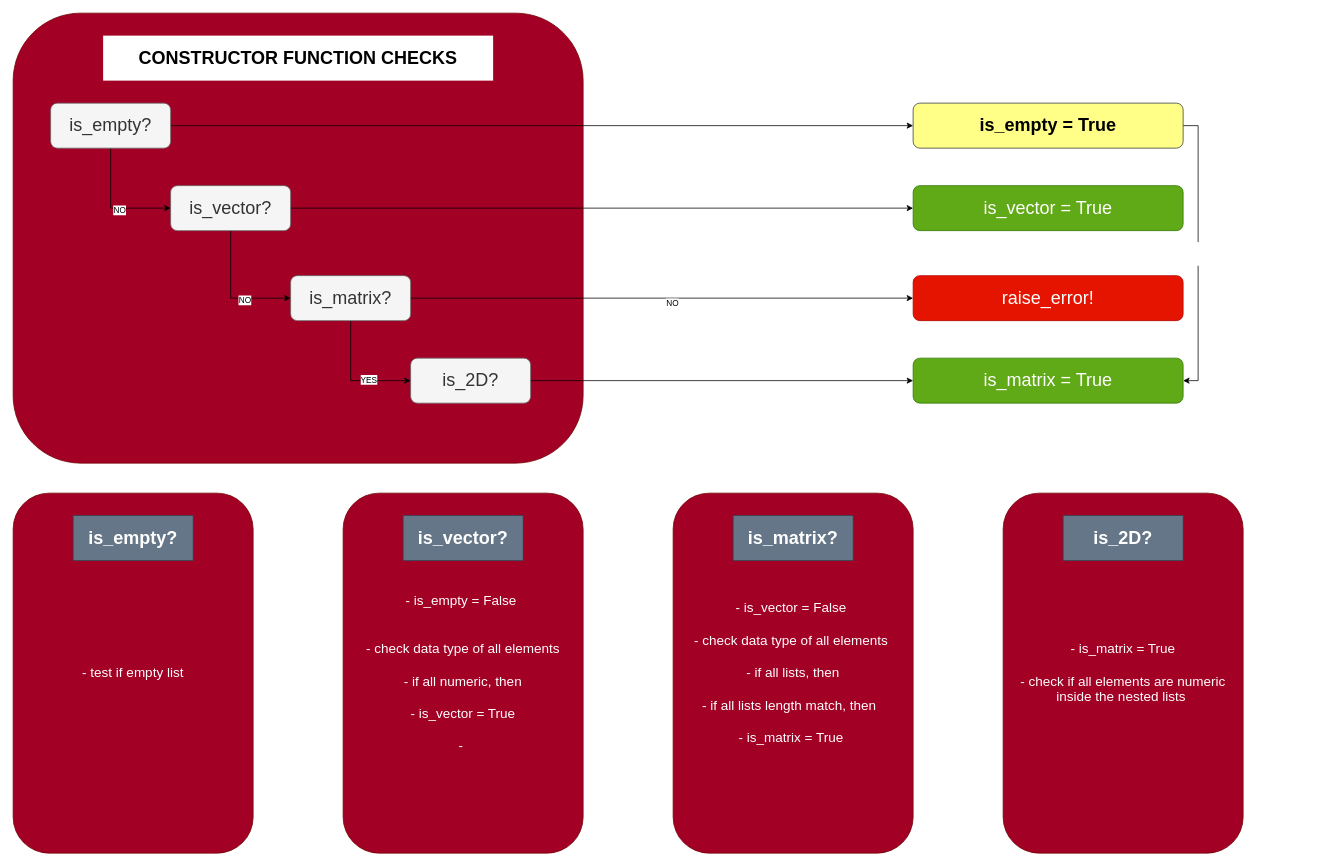
Before: page "CONSTRUCTOR" (1 of 4) of la-lib.drawio in raghavendra-musubi/linear_algebra, a draw.io diagram. Source tidied: cells renumbered, new cells numbered last; positions are measured from the earlier drawing's top-left corner, leaving out a move shared by most shapes. Both pictures are drawn from the tidied source at 75%, with x=0, y=0 at pixel (13, 13).
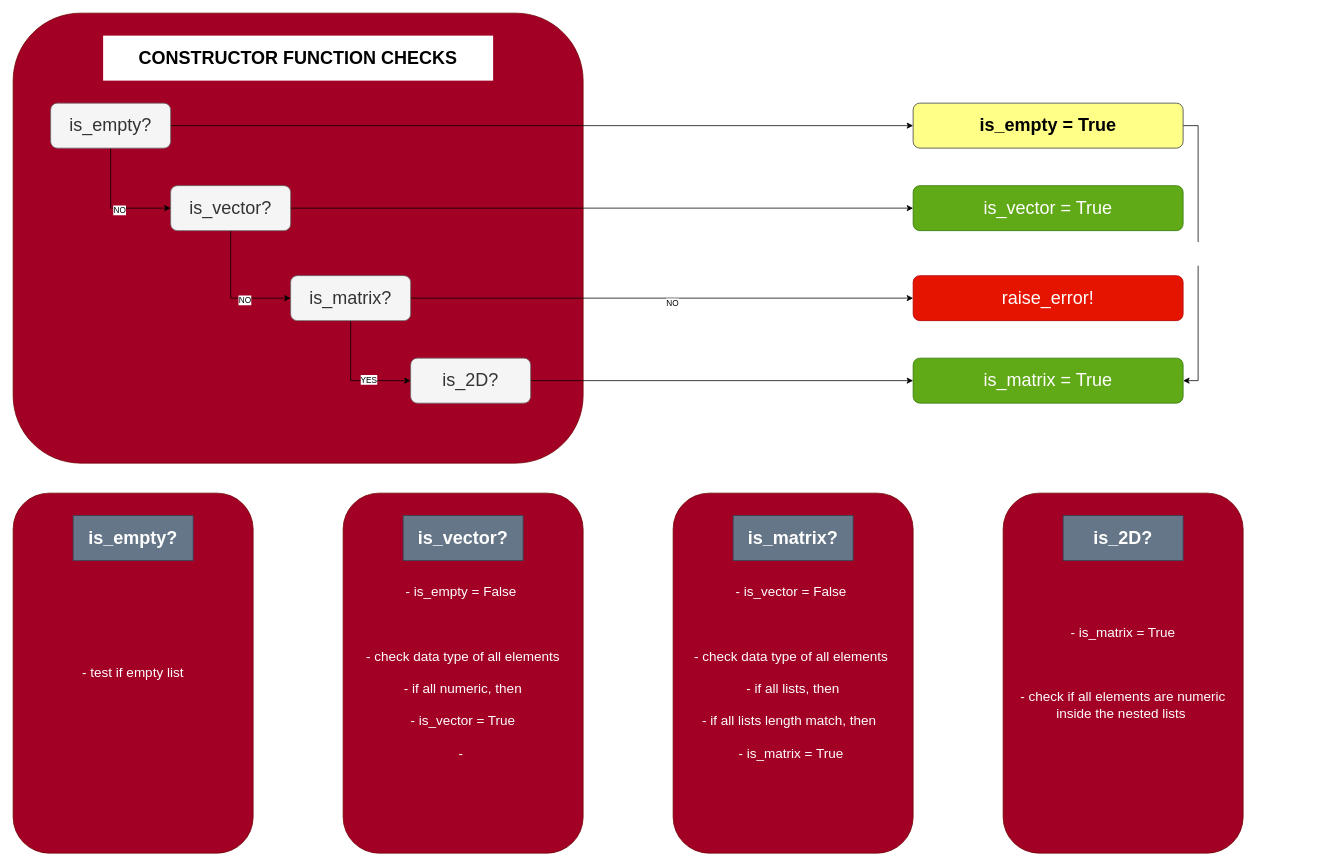
The same page after the edit.

The change refers to these unchanged cells:
```xml
<mxCell id="20" style="group;" parent="1" vertex="1">
  <mxGeometry x="440" y="640" width="320" height="480" as="geometry" />
</mxCell>
<mxCell id="23" style="group;" parent="1" vertex="1">
  <mxGeometry x="880" y="640" width="320" height="480" as="geometry" />
</mxCell>
<mxCell id="28" style="group;" parent="1" vertex="1">
  <mxGeometry x="1320" y="640" width="320" height="480" as="geometry" />
</mxCell>
```

What changed in the source:
```diff
@@
-    <mxCell id="21" value="&lt;font style=&quot;font-size: 18px&quot;&gt;- is_empty = False&amp;nbsp;&lt;br&gt;&lt;br&gt;&lt;br&gt;- check data type of all elements&lt;br&gt;&lt;br&gt;- if all numeric, then&lt;br&gt;&lt;br&gt;- is_vector = True&lt;br&gt;&lt;br&gt;-&amp;nbsp;&lt;br&gt;&lt;/font&gt;" style="rounded=1;whiteSpace=wrap;html=1;fillColor=#a20025;strokeColor=#6F0000;fontColor=#ffffff;" parent="20" vertex="1">
+    <mxCell id="21" value="&lt;font style=&quot;font-size: 18px&quot;&gt;- is_empty = False&amp;nbsp;&lt;br&gt;&lt;br&gt;&lt;br&gt;&lt;br&gt;- check data type of all elements&lt;br&gt;&lt;br&gt;- if all numeric, then&lt;br&gt;&lt;br&gt;- is_vector = True&lt;br&gt;&lt;br&gt;-&amp;nbsp;&lt;br&gt;&lt;/font&gt;" style="rounded=1;whiteSpace=wrap;html=1;fillColor=#a20025;strokeColor=#6F0000;fontColor=#ffffff;" parent="20" vertex="1">
       <mxGeometry width="320" height="480" as="geometry" />
     </mxCell>
@@
-    <mxCell id="24" value="&lt;span style=&quot;font-size: 18px&quot;&gt;- is_vector = False&amp;nbsp;&lt;br&gt;&lt;br&gt;- check data type of all elements&amp;nbsp;&lt;br&gt;&lt;br&gt;- if all lists, then&lt;br&gt;&lt;br&gt;- if all lists length match, then&amp;nbsp;&amp;nbsp;&lt;br&gt;&lt;br&gt;- is_matrix = True&amp;nbsp;&lt;br&gt;&lt;/span&gt;" style="rounded=1;whiteSpace=wrap;html=1;fillColor=#a20025;strokeColor=#6F0000;fontColor=#ffffff;" parent="23" vertex="1">
+    <mxCell id="24" value="&lt;span style=&quot;font-size: 18px&quot;&gt;- is_vector = False&amp;nbsp;&lt;br&gt;&lt;br&gt;&lt;br&gt;&lt;br&gt;- check data type of all elements&amp;nbsp;&lt;br&gt;&lt;br&gt;- if all lists, then&lt;br&gt;&lt;br&gt;- if all lists length match, then&amp;nbsp;&amp;nbsp;&lt;br&gt;&lt;br&gt;- is_matrix = True&amp;nbsp;&lt;br&gt;&lt;/span&gt;" style="rounded=1;whiteSpace=wrap;html=1;fillColor=#a20025;strokeColor=#6F0000;fontColor=#ffffff;" parent="23" vertex="1">
       <mxGeometry width="320" height="480" as="geometry" />
     </mxCell>
@@
-    <mxCell id="29" value="&lt;span style=&quot;font-size: 18px&quot;&gt;- is_matrix = True&lt;br&gt;&lt;br&gt;- check if all elements are numeric inside the nested lists&amp;nbsp;&lt;br&gt;&lt;/span&gt;" style="rounded=1;whiteSpace=wrap;html=1;fillColor=#a20025;strokeColor=#6F0000;fontColor=#ffffff;" parent="28" vertex="1">
+    <mxCell id="29" value="&lt;span style=&quot;font-size: 18px&quot;&gt;- is_matrix = True&lt;br&gt;&lt;br&gt;&lt;br&gt;&lt;br&gt;- check if all elements are numeric inside the nested lists&amp;nbsp;&lt;br&gt;&lt;/span&gt;" style="rounded=1;whiteSpace=wrap;html=1;fillColor=#a20025;strokeColor=#6F0000;fontColor=#ffffff;" parent="28" vertex="1">
       <mxGeometry width="320" height="480" as="geometry" />
     </mxCell>
```
